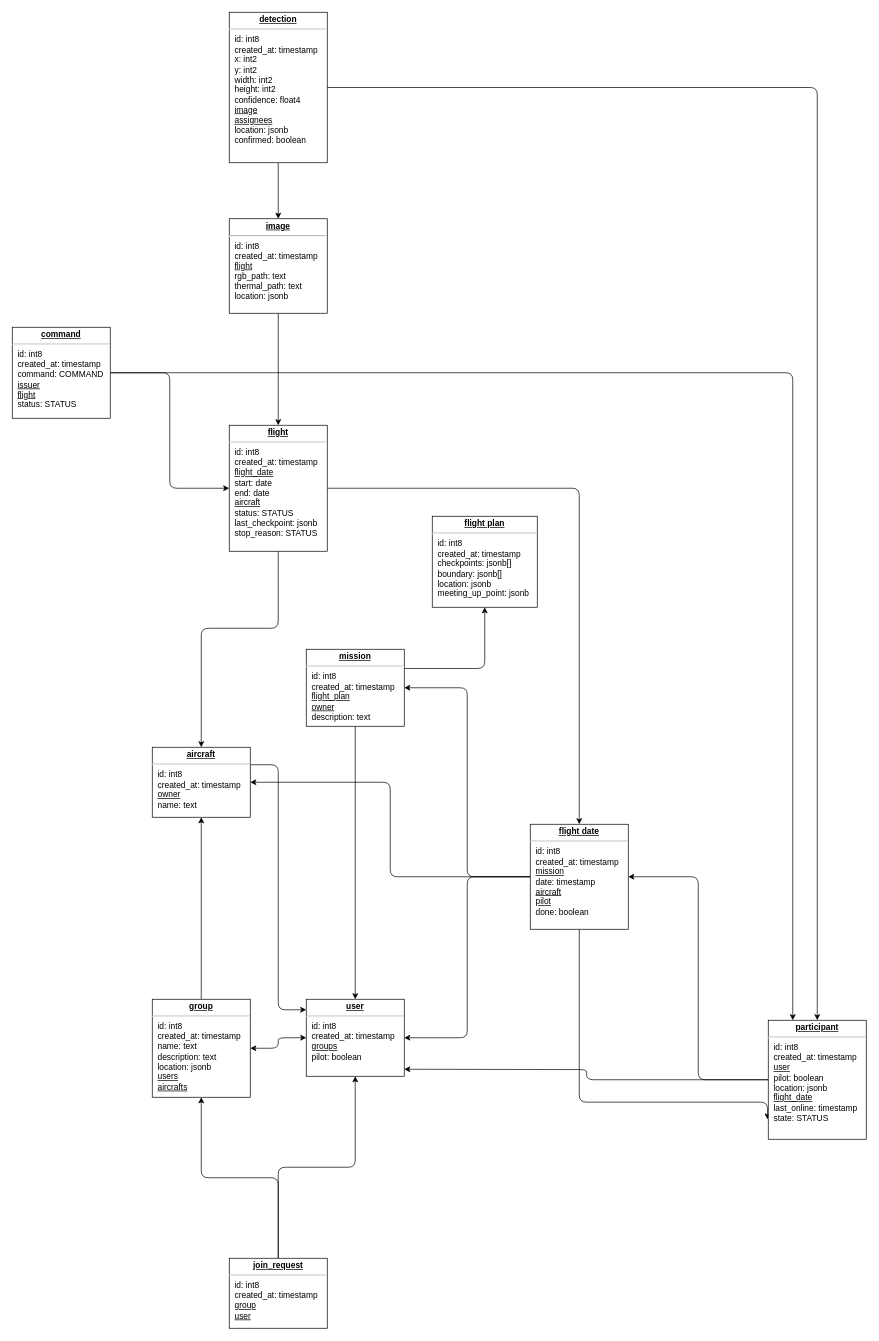
Above: DatabaseSchema.drawio in FawnRescue/planning (draw.io), before the change. Source tidied: cells renumbered, new cells numbered last; positions are measured from the earlier drawing's top-left corner, leaving out a move shared by most shapes. Both pictures are drawn from the tidied source at 70%, with x=0, y=0 at pixel (12, 12).
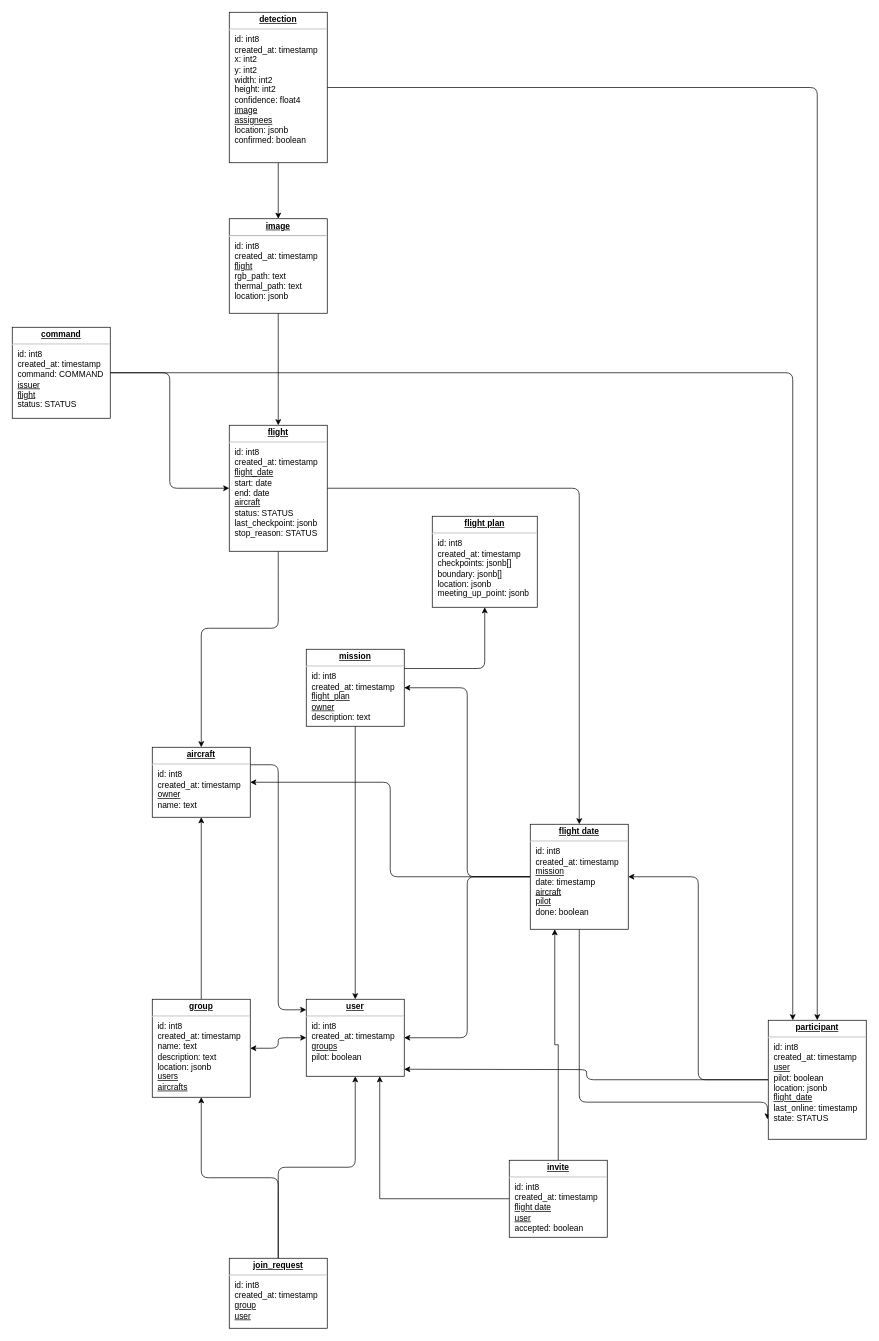
The same page after the edit.

The change refers to these unchanged cells:
```xml
<mxCell id="16" value="&lt;p style=&quot;margin: 0px ; margin-top: 4px ; text-align: center ; text-decoration: underline&quot;&gt;&lt;b&gt;user&lt;/b&gt;&lt;/p&gt;&lt;hr&gt;&lt;p style=&quot;margin: 0px ; margin-left: 8px&quot;&gt;id: int8&lt;/p&gt;&lt;p style=&quot;margin: 0px ; margin-left: 8px&quot;&gt;created_at: timestamp&lt;br&gt;&lt;/p&gt;&lt;p style=&quot;margin: 0px ; margin-left: 8px&quot;&gt;&lt;u&gt;groups&lt;/u&gt;&lt;/p&gt;&lt;p style=&quot;margin: 0px ; margin-left: 8px&quot;&gt;pilot: boolean&lt;/p&gt;" style="verticalAlign=top;align=left;overflow=fill;fontSize=12;fontFamily=Helvetica;html=1;rounded=0;shadow=0;comic=0;labelBackgroundColor=none;strokeWidth=1;" parent="1" vertex="1">
  <mxGeometry x="420" y="1410" width="140" height="110" as="geometry" />
</mxCell>
<mxCell id="27" value="&lt;p style=&quot;margin: 0px ; margin-top: 4px ; text-align: center ; text-decoration: underline&quot;&gt;&lt;b&gt;flight date&lt;/b&gt;&lt;/p&gt;&lt;hr&gt;&lt;p style=&quot;border-color: var(--border-color); margin: 0px 0px 0px 8px;&quot;&gt;id: int8&lt;/p&gt;&lt;p style=&quot;border-color: var(--border-color); margin: 0px 0px 0px 8px;&quot;&gt;created_at: timestamp&lt;/p&gt;&lt;p style=&quot;border-color: var(--border-color); margin: 0px 0px 0px 8px;&quot;&gt;&lt;u style=&quot;background-color: initial;&quot;&gt;mission&lt;/u&gt;&lt;br&gt;&lt;/p&gt;&lt;p style=&quot;border-color: var(--border-color); margin: 0px 0px 0px 8px;&quot;&gt;&lt;span style=&quot;background-color: initial;&quot;&gt;date: timestamp&lt;/span&gt;&lt;/p&gt;&lt;p style=&quot;border-color: var(--border-color); margin: 0px 0px 0px 8px;&quot;&gt;&lt;span style=&quot;background-color: initial;&quot;&gt;&lt;u&gt;aircraft&lt;/u&gt;&lt;/span&gt;&lt;/p&gt;&lt;p style=&quot;border-color: var(--border-color); margin: 0px 0px 0px 8px;&quot;&gt;&lt;u&gt;pilot&lt;/u&gt;&lt;/p&gt;&lt;p style=&quot;border-color: var(--border-color); margin: 0px 0px 0px 8px;&quot;&gt;done: boolean&lt;/p&gt;" style="verticalAlign=top;align=left;overflow=fill;fontSize=12;fontFamily=Helvetica;html=1;rounded=0;shadow=0;comic=0;labelBackgroundColor=none;strokeWidth=1;" parent="1" vertex="1">
  <mxGeometry x="740" y="1160" width="140" height="150" as="geometry" />
</mxCell>
```

Change to the diagram source:
```diff
@@
+    <mxCell id="34" style="edgeStyle=orthogonalEdgeStyle;rounded=0;jettySize=auto;html=1;entryX=0.75;entryY=1;entryDx=0;entryDy=0;" parent="1" edge="1" source="36" target="16">
+      <mxGeometry relative="1" as="geometry" />
+    </mxCell>
+    <mxCell id="35" style="edgeStyle=orthogonalEdgeStyle;rounded=0;jettySize=auto;html=1;entryX=0.25;entryY=1;entryDx=0;entryDy=0;" parent="1" edge="1" source="36" target="27">
+      <mxGeometry relative="1" as="geometry" />
+    </mxCell>
+    <mxCell id="36" value="&lt;p style=&quot;margin: 0px ; margin-top: 4px ; text-align: center ; text-decoration: underline&quot;&gt;&lt;b&gt;invite&lt;/b&gt;&lt;/p&gt;&lt;hr&gt;&lt;p style=&quot;margin: 0px ; margin-left: 8px&quot;&gt;id: int8&lt;/p&gt;&lt;p style=&quot;margin: 0px ; margin-left: 8px&quot;&gt;created_at: timestamp&lt;br&gt;&lt;/p&gt;&lt;p style=&quot;margin: 0px ; margin-left: 8px&quot;&gt;&lt;u&gt;flight date&lt;/u&gt;&lt;/p&gt;&lt;p style=&quot;margin: 0px ; margin-left: 8px&quot;&gt;&lt;u&gt;user&lt;br&gt;&lt;/u&gt;&lt;/p&gt;&lt;p style=&quot;margin: 0px ; margin-left: 8px&quot;&gt;accepted: boolean&lt;br&gt;&lt;/p&gt;" style="verticalAlign=top;align=left;overflow=fill;fontSize=12;fontFamily=Helvetica;html=1;rounded=0;shadow=0;comic=0;labelBackgroundColor=none;strokeWidth=1;" parent="1" vertex="1">
+      <mxGeometry x="710" y="1640" width="140" height="110" as="geometry" />
+    </mxCell>
```
